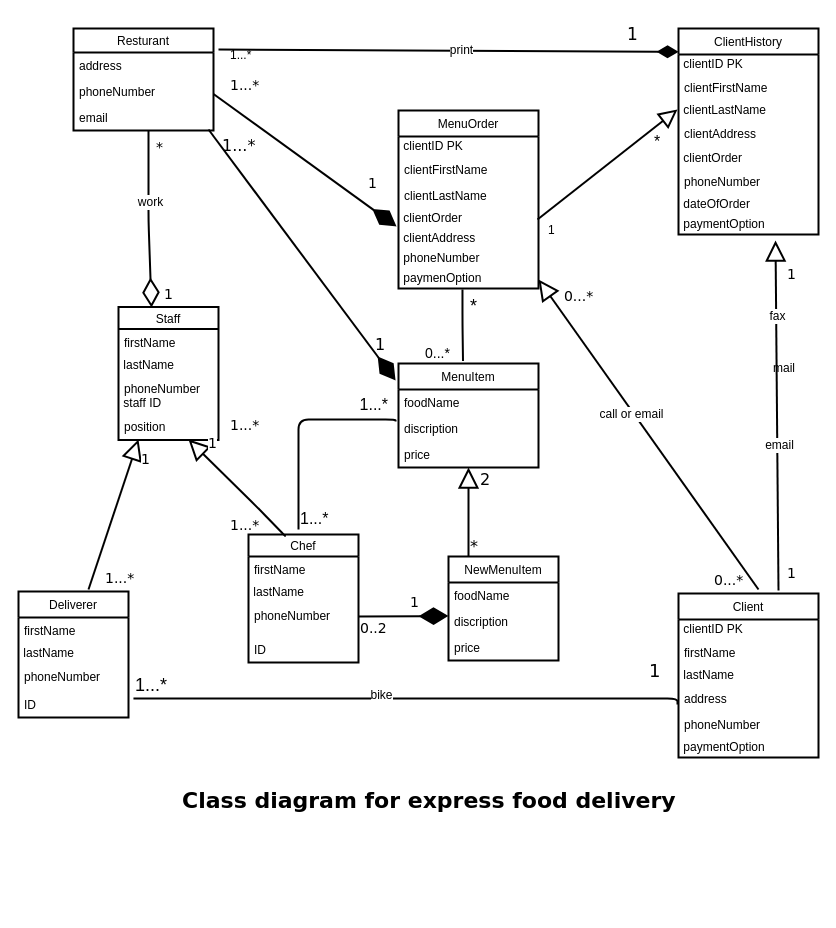
Earlier version of the draw.io diagram Class Diagram For Express food delivery resturant.drawio (wallaceNdi/OC-PRO). Source tidied: cells renumbered, new cells numbered last; positions are measured from the earlier drawing's top-left corner, leaving out a move shared by most shapes. Both pictures are drawn from the tidied source at 100%, with x=0, y=0 at pixel (18, 17).
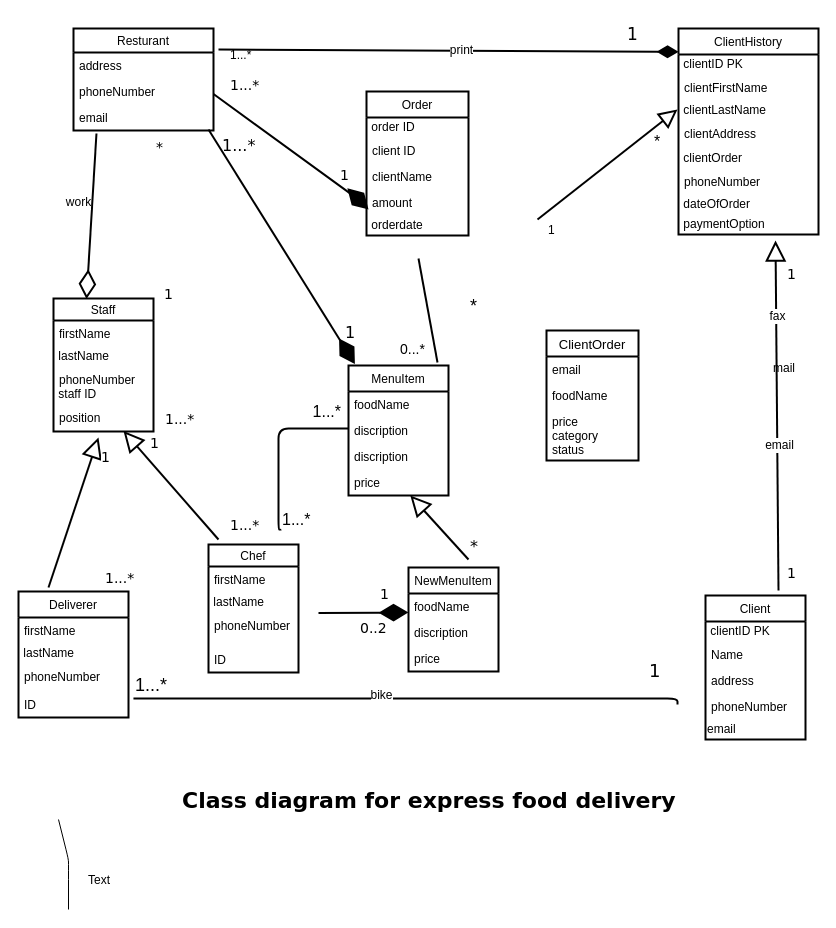
After the change.

The change refers to these unchanged cells:
```xml
<mxCell id="5" value="email" style="text;strokeColor=none;fillColor=none;align=left;verticalAlign=top;spacingLeft=4;spacingRight=4;overflow=hidden;points=[[0,0.5],[1,0.5]];portConstraint=eastwest;" parent="2" vertex="1">
  <mxGeometry y="76" width="140" height="26" as="geometry" />
</mxCell>
<mxCell id="11" value="position" style="text;strokeColor=none;fillColor=none;align=left;verticalAlign=top;spacingLeft=4;spacingRight=4;overflow=hidden;points=[[0,0.5],[1,0.5]];portConstraint=eastwest;" parent="6" vertex="1">
  <mxGeometry y="106" width="100" height="27" as="geometry" />
</mxCell>
<mxCell id="88" value="1...*" style="text;html=1;points=[];align=left;verticalAlign=top;spacingTop=-4;fontSize=14;fontFamily=Verdana;" parent="1" vertex="1">
  <mxGeometry x="210" y="497" width="50" height="20" as="geometry" />
</mxCell>
```

What changed in the source:
```diff
@@
     <mxCell id="6" value="Staff" style="swimlane;fontStyle=0;horizontal=1;startSize=22;fillColor=none;strokeWidth=2;" parent="1" vertex="1">
-      <mxGeometry x="100" y="289.5" width="100" height="133" as="geometry" />
+      <mxGeometry x="35" y="281" width="100" height="133" as="geometry" />
     </mxCell>
@@
     <mxCell id="17" value="Chef" style="swimlane;fontStyle=0;horizontal=1;startSize=22;fillColor=none;strokeWidth=2;" parent="1" vertex="1">
-      <mxGeometry x="230" y="517" width="110" height="128" as="geometry" />
+      <mxGeometry x="190" y="527" width="90" height="128" as="geometry" />
     </mxCell>
     <mxCell id="18" value="firstName" style="text;strokeColor=none;fillColor=none;align=left;verticalAlign=top;spacingLeft=4;spacingRight=4;overflow=hidden;" parent="17" vertex="1">
-      <mxGeometry y="22" width="110" height="26" as="geometry" />
+      <mxGeometry y="22" width="90" height="26" as="geometry" />
     </mxCell>
     <mxCell id="19" value="&amp;nbsp;lastName" style="text;html=1;align=left;verticalAlign=top;spacingTop=-4;" parent="17" vertex="1">
-      <mxGeometry y="48" width="110" height="20" as="geometry" />
+      <mxGeometry y="48" width="90" height="20" as="geometry" />
     </mxCell>
     <mxCell id="20" value="phoneNumber" style="text;strokeColor=none;fillColor=none;align=left;verticalAlign=top;spacingLeft=4;spacingRight=4;overflow=hidden;" parent="17" vertex="1">
-      <mxGeometry y="68" width="110" height="34" as="geometry" />
+      <mxGeometry y="68" width="90" height="34" as="geometry" />
     </mxCell>
     <mxCell id="21" value="ID" style="text;strokeColor=none;fillColor=none;align=left;verticalAlign=top;spacingLeft=4;spacingRight=4;overflow=hidden;" parent="17" vertex="1">
-      <mxGeometry y="102" width="110" height="26" as="geometry" />
+      <mxGeometry y="102" width="90" height="26" as="geometry" />
     </mxCell>
     <mxCell id="22" value="NewMenuItem" style="swimlane;fontStyle=0;horizontal=1;startSize=26;fillColor=none;strokeWidth=2;" parent="1" vertex="1">
-      <mxGeometry x="430" y="539" width="110" height="104" as="geometry" />
+      <mxGeometry x="390" y="550" width="90" height="104" as="geometry" />
     </mxCell>
     <mxCell id="23" value="foodName" style="text;strokeColor=none;fillColor=none;align=left;verticalAlign=top;spacingLeft=4;spacingRight=4;overflow=hidden;" parent="22" vertex="1">
-      <mxGeometry y="26" width="110" height="26" as="geometry" />
+      <mxGeometry y="26" width="90" height="26" as="geometry" />
     </mxCell>
     <mxCell id="24" value="discription" style="text;strokeColor=none;fillColor=none;align=left;verticalAlign=top;spacingLeft=4;spacingRight=4;overflow=hidden;" parent="22" vertex="1">
-      <mxGeometry y="52" width="110" height="26" as="geometry" />
+      <mxGeometry y="52" width="90" height="26" as="geometry" />
     </mxCell>
     <mxCell id="25" value="price" style="text;strokeColor=none;fillColor=none;align=left;verticalAlign=top;spacingLeft=4;spacingRight=4;overflow=hidden;" parent="22" vertex="1">
-      <mxGeometry y="78" width="110" height="26" as="geometry" />
+      <mxGeometry y="78" width="90" height="26" as="geometry" />
     </mxCell>
     <mxCell id="26" value="Client" style="swimlane;fontStyle=0;horizontal=1;startSize=26;fillColor=none;strokeWidth=2;" parent="1" vertex="1">
-      <mxGeometry x="660" y="576" width="140" height="164" as="geometry" />
+      <mxGeometry x="687" y="578" width="100" height="144" as="geometry" />
     </mxCell>
     <mxCell id="27" value="&amp;nbsp;clientID PK" style="text;html=1;align=left;verticalAlign=top;spacingTop=-4;" parent="26" vertex="1">
-      <mxGeometry y="26" width="140" height="20" as="geometry" />
+      <mxGeometry y="26" width="100" height="20" as="geometry" />
     </mxCell>
-    <mxCell id="28" value="firstName" style="text;strokeColor=none;fillColor=none;align=left;verticalAlign=top;spacingLeft=4;spacingRight=4;overflow=hidden;" parent="26" vertex="1">
-      <mxGeometry y="46" width="140" height="26" as="geometry" />
+    <mxCell id="28" value="Name" style="text;strokeColor=none;fillColor=none;align=left;verticalAlign=top;spacingLeft=4;spacingRight=4;overflow=hidden;" parent="26" vertex="1">
+      <mxGeometry y="46" width="100" height="26" as="geometry" />
     </mxCell>
-    <mxCell id="29" value="&amp;nbsp;lastName" style="text;html=1;align=left;verticalAlign=top;spacingTop=-4;" parent="26" vertex="1">
-      <mxGeometry y="72" width="140" height="20" as="geometry" />
-    </mxCell>
     <mxCell id="30" value="address" style="text;strokeColor=none;fillColor=none;align=left;verticalAlign=top;spacingLeft=4;spacingRight=4;overflow=hidden;" parent="26" vertex="1">
-      <mxGeometry y="92" width="140" height="26" as="geometry" />
+      <mxGeometry y="72" width="100" height="26" as="geometry" />
     </mxCell>
     <mxCell id="31" value="phoneNumber" style="text;strokeColor=none;fillColor=none;align=left;verticalAlign=top;spacingLeft=4;spacingRight=4;overflow=hidden;" parent="26" vertex="1">
-      <mxGeometry y="118" width="140" height="26" as="geometry" />
+      <mxGeometry y="98" width="100" height="26" as="geometry" />
     </mxCell>
-    <mxCell id="32" value="&amp;nbsp;paymentOption" style="text;html=1;align=left;verticalAlign=top;spacingTop=-4;" parent="26" vertex="1">
-      <mxGeometry y="144" width="140" height="20" as="geometry" />
+    <mxCell id="32" value="email" style="text;html=1;align=left;verticalAlign=top;spacingTop=-4;" parent="26" vertex="1">
+      <mxGeometry y="124" width="100" height="20" as="geometry" />
     </mxCell>
     <mxCell id="33" value="MenuItem" style="swimlane;fontStyle=0;horizontal=1;startSize=26;fillColor=none;strokeWidth=2;" parent="1" vertex="1">
-      <mxGeometry x="380" y="346" width="140" height="104" as="geometry" />
+      <mxGeometry x="330" y="348" width="100" height="130" as="geometry" />
     </mxCell>
     <mxCell id="34" value="foodName" style="text;strokeColor=none;fillColor=none;align=left;verticalAlign=top;spacingLeft=4;spacingRight=4;overflow=hidden;" parent="33" vertex="1">
-      <mxGeometry y="26" width="140" height="26" as="geometry" />
+      <mxGeometry y="26" width="100" height="26" as="geometry" />
     </mxCell>
+    <mxCell id="106" value="discription" style="text;strokeColor=none;fillColor=none;align=left;verticalAlign=top;spacingLeft=4;spacingRight=4;overflow=hidden;" parent="33" vertex="1">
+      <mxGeometry y="52" width="100" height="26" as="geometry" />
+    </mxCell>
     <mxCell id="35" value="discription" style="text;strokeColor=none;fillColor=none;align=left;verticalAlign=top;spacingLeft=4;spacingRight=4;overflow=hidden;points=[[0,0.5],[1,0.5]];portConstraint=eastwest;" parent="33" vertex="1">
-      <mxGeometry y="52" width="140" height="26" as="geometry" />
+      <mxGeometry y="78" width="100" height="26" as="geometry" />
     </mxCell>
     <mxCell id="36" value="price" style="text;strokeColor=none;fillColor=none;align=left;verticalAlign=top;spacingLeft=4;spacingRight=4;overflow=hidden;points=[[0,0.5],[1,0.5]];portConstraint=eastwest;" parent="33" vertex="1">
-      <mxGeometry y="78" width="140" height="26" as="geometry" />
+      <mxGeometry y="104" width="100" height="26" as="geometry" />
     </mxCell>
-    <mxCell id="37" value="MenuOrder" style="swimlane;fontStyle=0;horizontal=1;startSize=26;fillColor=none;strokeWidth=2;" parent="1" vertex="1">
-      <mxGeometry x="380" y="93" width="140" height="178" as="geometry" />
+    <mxCell id="37" value="Order" style="swimlane;fontStyle=0;horizontal=1;startSize=26;fillColor=none;strokeWidth=2;" parent="1" vertex="1">
+      <mxGeometry x="348" y="74" width="102" height="144" as="geometry" />
     </mxCell>
-    <mxCell id="38" value="&amp;nbsp;clientID PK" style="text;html=1;align=left;verticalAlign=top;spacingTop=-4;" parent="37" vertex="1">
-      <mxGeometry y="26" width="140" height="20" as="geometry" />
+    <mxCell id="38" value="&amp;nbsp;order ID" style="text;html=1;align=left;verticalAlign=top;spacingTop=-4;" parent="37" vertex="1">
+      <mxGeometry y="26" width="102" height="20" as="geometry" />
     </mxCell>
-    <mxCell id="39" value="clientFirstName" style="text;strokeColor=none;fillColor=none;align=left;verticalAlign=top;spacingLeft=4;spacingRight=4;overflow=hidden;" parent="37" vertex="1">
-      <mxGeometry y="46" width="140" height="26" as="geometry" />
+    <mxCell id="39" value="client ID" style="text;strokeColor=none;fillColor=none;align=left;verticalAlign=top;spacingLeft=4;spacingRight=4;overflow=hidden;" parent="37" vertex="1">
+      <mxGeometry y="46" width="102" height="26" as="geometry" />
     </mxCell>
+    <mxCell id="107" value="clientName" style="text;strokeColor=none;fillColor=none;align=left;verticalAlign=top;spacingLeft=4;spacingRight=4;overflow=hidden;" parent="37" vertex="1">
+      <mxGeometry y="72" width="102" height="26" as="geometry" />
+    </mxCell>
-    <mxCell id="40" value="clientLastName" style="text;strokeColor=none;fillColor=none;align=left;verticalAlign=top;spacingLeft=4;spacingRight=4;overflow=hidden;" parent="37" vertex="1">
-      <mxGeometry y="72" width="140" height="26" as="geometry" />
+    <mxCell id="40" value="amount" style="text;strokeColor=none;fillColor=none;align=left;verticalAlign=top;spacingLeft=4;spacingRight=4;overflow=hidden;" parent="37" vertex="1">
+      <mxGeometry y="98" width="102" height="26" as="geometry" />
     </mxCell>
-    <mxCell id="41" value="&amp;nbsp;clientOrder" style="text;html=1;align=left;verticalAlign=top;spacingTop=-4;" parent="37" vertex="1">
-      <mxGeometry y="98" width="140" height="20" as="geometry" />
-    </mxCell>
-    <mxCell id="42" value="&amp;nbsp;clientAddress" style="text;html=1;points=[];align=left;verticalAlign=top;spacingTop=-4;" parent="37" vertex="1">
-      <mxGeometry y="118" width="140" height="20" as="geometry" />
-    </mxCell>
-    <mxCell id="43" value="&amp;nbsp;phoneNumber" style="text;html=1;align=left;verticalAlign=top;spacingTop=-4;" parent="37" vertex="1">
-      <mxGeometry y="138" width="140" height="20" as="geometry" />
+    <mxCell id="43" value="&amp;nbsp;orderdate" style="text;html=1;align=left;verticalAlign=top;spacingTop=-4;" parent="37" vertex="1">
+      <mxGeometry y="124" width="102" height="20" as="geometry" />
     </mxCell>
-    <mxCell id="44" value="&amp;nbsp;paymenOption" style="text;html=1;points=[];align=left;verticalAlign=top;spacingTop=-4;" parent="37" vertex="1">
-      <mxGeometry y="158" width="140" height="20" as="geometry" />
-    </mxCell>
@@
-    <mxCell id="60" style="endArrow=diamondThin;endFill=1;endSize=24;html=1;entryX=-0.014;entryY=-0.1;entryDx=0;entryDy=0;entryPerimeter=0;strokeWidth=2;" parent="1" edge="1" target="42">
+    <mxCell id="60" style="endArrow=diamondThin;endFill=1;endSize=24;html=1;strokeWidth=2;" parent="1" edge="1">
       <mxGeometry relative="1" as="geometry">
         <mxPoint x="195" y="76.5" as="sourcePoint" />
+        <mxPoint x="350" y="192" as="targetPoint" />
+        <Array as="points">
+          <mxPoint x="340" y="182" />
+        </Array>
       </mxGeometry>
     </mxCell>
-    <mxCell id="61" style="endArrow=diamondThin;endFill=1;endSize=24;html=1;entryX=-0.021;entryY=0.163;entryDx=0;entryDy=0;entryPerimeter=0;strokeWidth=2;" parent="1" edge="1" target="33">
+    <mxCell id="61" style="endArrow=diamondThin;endFill=1;endSize=24;html=1;strokeWidth=2;entryX=0.064;entryY=-0.012;entryDx=0;entryDy=0;entryPerimeter=0;" parent="1" edge="1" target="33">
       <mxGeometry relative="1" as="geometry">
         <mxPoint x="190" y="112" as="sourcePoint" />
         <Array as="points">
           <mxPoint x="190" y="112" />
         </Array>
       </mxGeometry>
     </mxCell>
     <mxCell id="62" style="endArrow=block;endSize=16;endFill=0;html=1;strokeWidth=2;" parent="1" edge="1" target="36">
       <mxGeometry x="0.2" relative="1" as="geometry">
-        <mxPoint x="450" y="539" as="sourcePoint" />
+        <mxPoint x="450" y="542" as="sourcePoint" />
       </mxGeometry>
     </mxCell>
-    <mxCell id="63" style="endArrow=diamondThin;endFill=0;endSize=24;html=1;strokeWidth=2;entryX=0.33;entryY=0.004;entryDx=0;entryDy=0;entryPerimeter=0;" parent="1" edge="1" target="6">
-      <mxGeometry relative="1" as="geometry">
-        <mxPoint x="130" y="113.5" as="sourcePoint" />
-        <Array as="points">
-          <mxPoint x="130" y="203.5" />
-        </Array>
-      </mxGeometry>
+    <mxCell id="63" style="endArrow=diamondThin;endFill=0;endSize=24;html=1;strokeWidth=2;entryX=0.33;entryY=0.004;entryDx=0;entryDy=0;entryPerimeter=0;exitX=0.164;exitY=1.115;exitDx=0;exitDy=0;exitPerimeter=0;" parent="1" edge="1" source="5" target="6">
+      <mxGeometry relative="1" as="geometry" />
     </mxCell>
     <mxCell id="64" value="work" style="text;html=1;align=center;verticalAlign=middle;labelBackgroundColor=#ffffff;" parent="63" vertex="1">
       <mxGeometry x="0.02" y="19" relative="1" as="geometry">
-        <mxPoint x="-17" y="-18" as="offset" />
+        <mxPoint x="-32" y="-17" as="offset" />
       </mxGeometry>
     </mxCell>
     <mxCell id="65" style="endArrow=block;endSize=16;endFill=0;html=1;strokeWidth=2;" parent="1" edge="1">
       <mxGeometry x="-0.01" y="-11" relative="1" as="geometry">
-        <mxPoint x="70" y="572" as="sourcePoint" />
-        <mxPoint x="120" y="422" as="targetPoint" />
+        <mxPoint x="30" y="570" as="sourcePoint" />
+        <mxPoint x="80" y="420" as="targetPoint" />
       </mxGeometry>
     </mxCell>
@@
     <mxCell id="67" style="endArrow=diamondThin;endFill=1;endSize=24;html=1;strokeWidth=2;" parent="1" edge="1">
       <mxGeometry relative="1" as="geometry">
-        <mxPoint x="340" y="599" as="sourcePoint" />
-        <mxPoint x="430" y="598.5" as="targetPoint" />
+        <mxPoint x="300" y="595.5" as="sourcePoint" />
+        <mxPoint x="390" y="595" as="targetPoint" />
       </mxGeometry>
     </mxCell>
     <mxCell id="68" style="endArrow=block;endSize=16;endFill=0;html=1;strokeWidth=2;entryX=0.7;entryY=0.981;entryDx=0;entryDy=0;entryPerimeter=0;" parent="1" edge="1" target="11">
       <mxGeometry relative="1" as="geometry">
-        <mxPoint x="240" y="491" as="sourcePoint" />
+        <mxPoint x="200" y="522" as="sourcePoint" />
         <Array as="points">
-          <mxPoint x="270" y="522" />
-          <mxPoint x="240" y="491" />
+          <mxPoint x="200" y="522" />
         </Array>
       </mxGeometry>
     </mxCell>
     <mxCell id="69" value="1" style="text;html=1;align=center;verticalAlign=middle;labelBackgroundColor=#ffffff;fontSize=14;fontFamily=Verdana;" parent="68" vertex="1">
-      <mxGeometry x="0.8" y="-14" relative="1" as="geometry" />
+      <mxGeometry x="0.8" y="-14" relative="1" as="geometry">
+        <mxPoint x="11" y="11" as="offset" />
+      </mxGeometry>
     </mxCell>
-    <mxCell id="70" style="endArrow=none;html=1;edgeStyle=orthogonalEdgeStyle;strokeWidth=2;entryX=-0.021;entryY=0.231;entryDx=0;entryDy=0;entryPerimeter=0;" parent="1" edge="1" target="35">
+    <mxCell id="70" style="endArrow=none;html=1;edgeStyle=orthogonalEdgeStyle;strokeWidth=2;exitX=1.04;exitY=0.8;exitDx=0;exitDy=0;exitPerimeter=0;" parent="1" edge="1" source="88">
       <mxGeometry relative="1" as="geometry">
-        <mxPoint x="280" y="512" as="sourcePoint" />
+        <mxPoint x="330" y="411" as="targetPoint" />
         <Array as="points">
-          <mxPoint x="280" y="402" />
-          <mxPoint x="377" y="402" />
+          <mxPoint x="262" y="512" />
+          <mxPoint x="260" y="512" />
+          <mxPoint x="260" y="411" />
         </Array>
       </mxGeometry>
     </mxCell>
@@
-    <mxCell id="73" style="endArrow=block;endSize=16;endFill=0;html=1;strokeWidth=2;entryX=1;entryY=0.55;entryDx=0;entryDy=0;entryPerimeter=0;" parent="1" edge="1" target="44">
-      <mxGeometry x="0.02" y="9" relative="1" as="geometry">
-        <mxPoint x="740" y="572" as="sourcePoint" />
-      </mxGeometry>
-    </mxCell>
-    <mxCell id="74" value="0...*" style="text;html=1;align=center;verticalAlign=middle;labelBackgroundColor=#ffffff;fontSize=14;fontFamily=Verdana;" parent="73" vertex="1">
-      <mxGeometry x="0.88" y="-13" relative="1" as="geometry">
-        <mxPoint x="15.5" y="5" as="offset" />
-      </mxGeometry>
-    </mxCell>
-    <mxCell id="75" value="call or email" style="text;html=1;align=center;verticalAlign=middle;labelBackgroundColor=#ffffff;" parent="73" vertex="1">
-      <mxGeometry x="0.14" y="2" relative="1" as="geometry" />
-    </mxCell>
@@
     <mxCell id="83" value="1" style="text;html=1;align=left;verticalAlign=top;spacingTop=-4;fontSize=14;fontFamily=Verdana;" parent="1" vertex="1">
-      <mxGeometry x="348" y="155" width="20" height="20" as="geometry" />
+      <mxGeometry x="320" y="146.5" width="20" height="20" as="geometry" />
     </mxCell>
@@
     <mxCell id="89" value="1...*" style="text;html=1;align=left;verticalAlign=top;spacingTop=-4;fontSize=14;fontFamily=Verdana;" parent="1" vertex="1">
-      <mxGeometry x="210" y="397" width="50" height="20" as="geometry" />
+      <mxGeometry x="145" y="391" width="50" height="20" as="geometry" />
     </mxCell>
     <mxCell id="90" value="1" style="text;html=1;align=left;verticalAlign=top;spacingTop=-4;fontSize=16;fontFamily=Verdana;" parent="1" vertex="1">
-      <mxGeometry x="355" y="314.5" width="30" height="20" as="geometry" />
+      <mxGeometry x="325" y="303" width="30" height="20" as="geometry" />
     </mxCell>
@@
-    <mxCell id="92" value="2" style="text;html=1;align=left;verticalAlign=top;spacingTop=-4;fontSize=16;fontFamily=Verdana;" parent="1" vertex="1">
-      <mxGeometry x="460" y="450" width="30" height="20" as="geometry" />
-    </mxCell>
@@
     <mxCell id="95" value="1" style="text;html=1;align=left;verticalAlign=top;spacingTop=-4;fontSize=14;fontFamily=Verdana;" parent="1" vertex="1">
-      <mxGeometry x="390" y="574" width="20" height="20" as="geometry" />
+      <mxGeometry x="360" y="566" width="20" height="20" as="geometry" />
     </mxCell>
-    <mxCell id="96" value="0...*" style="text;html=1;align=left;verticalAlign=top;spacingTop=-4;fontSize=14;fontFamily=Verdana;" parent="1" vertex="1">
-      <mxGeometry x="694" y="552" width="50" height="20" as="geometry" />
-    </mxCell>
@@
     <mxCell id="100" value="&lt;font style=&quot;font-size: 14px&quot;&gt;0...*&lt;/font&gt;" style="text;html=1;points=[];align=left;verticalAlign=top;spacingTop=-4;" parent="1" vertex="1">
-      <mxGeometry x="405" y="324.5" width="40" height="20" as="geometry" />
+      <mxGeometry x="380" y="321" width="40" height="20" as="geometry" />
     </mxCell>
@@
-    <mxCell id="105" style="endArrow=none;html=1;edgeStyle=orthogonalEdgeStyle;exitX=0.457;exitY=1.05;exitDx=0;exitDy=0;exitPerimeter=0;strokeWidth=2;" parent="1" edge="1" source="44">
-      <mxGeometry relative="1" as="geometry">
-        <mxPoint x="444.5" y="343.5" as="targetPoint" />
-        <Array as="points">
-          <mxPoint x="444" y="307" />
-          <mxPoint x="445" y="307" />
-        </Array>
-      </mxGeometry>
-    </mxCell>
+    <mxCell id="108" style="endArrow=none;html=1;" parent="1" edge="1">
+      <mxGeometry relative="1" as="geometry">
+        <mxPoint x="50" y="892" as="sourcePoint" />
+        <mxPoint x="40" y="802" as="targetPoint" />
+        <Array as="points">
+          <mxPoint x="50" y="852" />
+          <mxPoint x="50" y="842" />
+        </Array>
+      </mxGeometry>
+    </mxCell>
+    <mxCell id="109" value="Text" style="text;html=1;align=left;verticalAlign=top;spacingTop=-4;" parent="1" vertex="1">
+      <mxGeometry x="68" y="853" width="40" height="20" as="geometry" />
+    </mxCell>
+    <mxCell id="110" style="endArrow=none;html=1;entryX=0.507;entryY=1.15;entryDx=0;entryDy=0;entryPerimeter=0;exitX=0.975;exitY=1.2;exitDx=0;exitDy=0;exitPerimeter=0;strokeWidth=2;" parent="1" edge="1" source="100">
+      <mxGeometry relative="1" as="geometry">
+        <mxPoint x="400" y="241" as="targetPoint" />
+      </mxGeometry>
+    </mxCell>
+    <mxCell id="111" value="ClientOrder" style="swimlane;fontStyle=0;horizontal=1;startSize=26;fillColor=none;fontSize=13;strokeWidth=2;" parent="1" vertex="1">
+      <mxGeometry x="528" y="313" width="92" height="130" as="geometry" />
+    </mxCell>
+    <mxCell id="112" value="email" style="text;strokeColor=none;fillColor=none;align=left;verticalAlign=top;spacingLeft=4;spacingRight=4;overflow=hidden;" parent="111" vertex="1">
+      <mxGeometry y="26" width="92" height="26" as="geometry" />
+    </mxCell>
+    <mxCell id="113" value="foodName" style="text;strokeColor=none;fillColor=none;align=left;verticalAlign=top;spacingLeft=4;spacingRight=4;overflow=hidden;" parent="111" vertex="1">
+      <mxGeometry y="52" width="92" height="26" as="geometry" />
+    </mxCell>
+    <mxCell id="114" value="price&#10;category&#10;status&#10;" style="text;strokeColor=none;fillColor=none;align=left;verticalAlign=top;spacingLeft=4;spacingRight=4;overflow=hidden;" parent="111" vertex="1">
+      <mxGeometry y="78" width="92" height="52" as="geometry" />
+    </mxCell>
```
